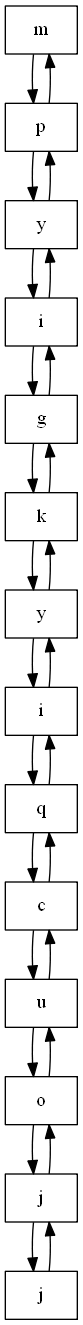
Earlier version of the Graphviz export FichasDeJugador2.png (AdriGomez95/EDD_1S2020_PY1_201504236-master). Its source is kept beside it as FichasDeJugador2.dot. The source it was exported from:
```dot
digraph G{
node0[shape = record,label = "m"];
node1[shape = record,label = "p"];
node2[shape = record,label = "y"];
node3[shape = record,label = "i"];
node4[shape = record,label = "g"];
node5[shape = record,label = "k"];
node6[shape = record,label = "y"];
node7[shape = record,label = "i"];
node8[shape = record,label = "q"];
node9[shape = record,label = "c"];
node10[shape = record,label = "u"];
node11[shape = record,label = "o"];
node12[shape = record,label = "j"];
node13[shape = record,label = "j"];
node0->node1->node2->node3->node4->node5->node6->node7->node8->node9->node10->node11->node12->node13;node13->node12->node11->node10->node9->node8->node7->node6->node5->node4->node3->node2->node1->node0;}
```
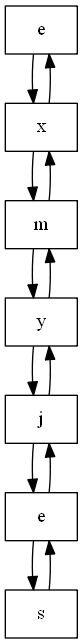
The same file after the commit.

Change to the diagram source:
```diff
@@ -1,16 +1,9 @@
 digraph G{
-node0[shape = record,label = "m"];
-node1[shape = record,label = "p"];
-node2[shape = record,label = "y"];
-node3[shape = record,label = "i"];
-node4[shape = record,label = "g"];
-node5[shape = record,label = "k"];
-node6[shape = record,label = "y"];
-node7[shape = record,label = "i"];
-node8[shape = record,label = "q"];
-node9[shape = record,label = "c"];
-node10[shape = record,label = "u"];
-node11[shape = record,label = "o"];
-node12[shape = record,label = "j"];
-node13[shape = record,label = "j"];
-node0->node1->node2->node3->node4->node5->node6->node7->node8->node9->node10->node11->node12->node13;node13->node12->node11->node10->node9->node8->node7->node6->node5->node4->node3->node2->node1->node0;}
+node0[shape = record,label = "e"];
+node1[shape = record,label = "x"];
+node2[shape = record,label = "m"];
+node3[shape = record,label = "y"];
+node4[shape = record,label = "j"];
+node5[shape = record,label = "e"];
+node6[shape = record,label = "s"];
+node0->node1->node2->node3->node4->node5->node6;node6->node5->node4->node3->node2->node1->node0;}
```
